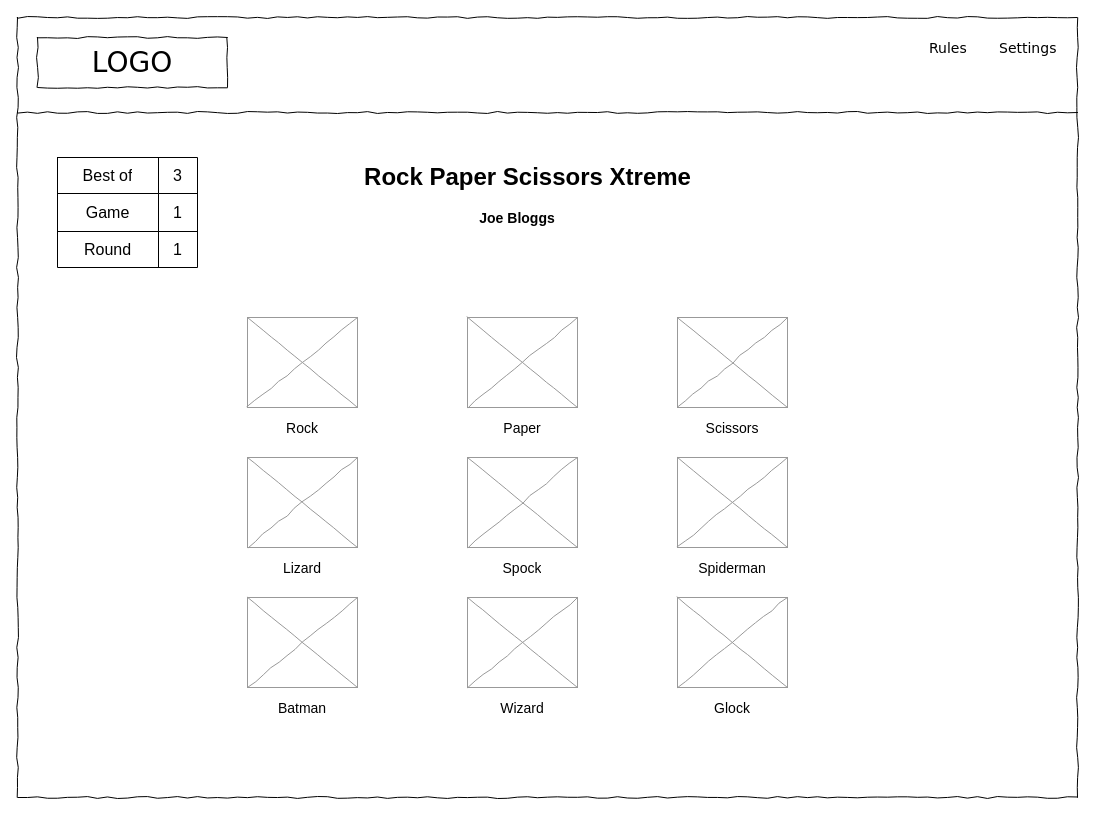
This is page "game-play-xtreme-large" (5 of 15) of design/rps-xtreme.drawio from ibuttimer/rock-paper-scissors-xtreme, a draw.io file, before an edit. Source tidied: cells renumbered, new cells numbered last; positions are measured from the earlier drawing's top-left corner, leaving out a move shared by most shapes. Both pictures are drawn from the tidied source at 100%, with x=0, y=0 at pixel (17, 17).
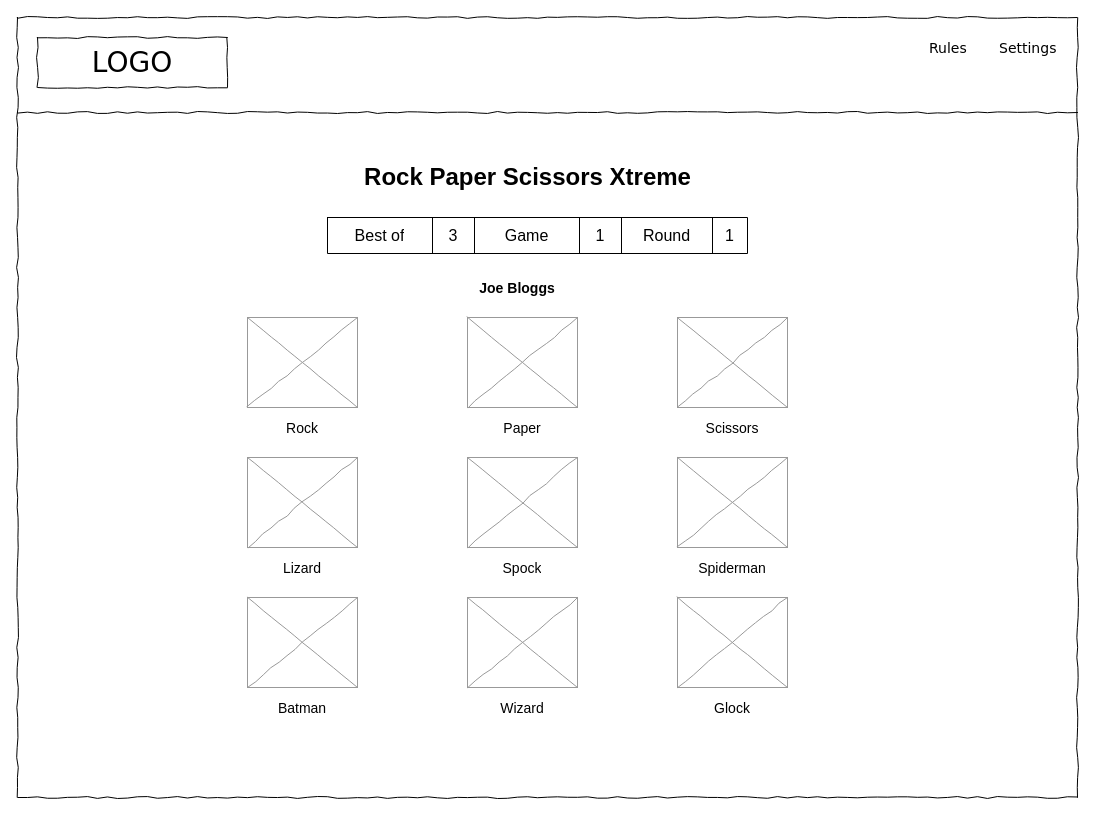
The same page after the edit.

What changed in the source:
```diff
@@
     <mxCell id="26" value="&lt;span style=&quot;font-size: 16px;&quot;&gt;&lt;b style=&quot;font-size: 14px;&quot;&gt;Joe Bloggs&lt;/b&gt;&lt;/span&gt;" style="text;html=1;strokeColor=none;fillColor=none;align=center;verticalAlign=middle;whiteSpace=wrap;overflow=hidden;" parent="1" vertex="1">
-      <mxGeometry x="420" y="180" width="160" height="40" as="geometry" />
+      <mxGeometry x="420" y="250" width="160" height="40" as="geometry" />
     </mxCell>
-    <mxCell id="27" style="shape=table;html=1;whiteSpace=wrap;startSize=0;childLayout=tableLayout;fontSize=16;" parent="1" vertex="1">
-      <mxGeometry x="40" y="140" width="140" height="110" as="geometry" />
-    </mxCell>
-    <mxCell id="28" style="shape=tableRow;horizontal=0;startSize=0;swimlaneHead=0;swimlaneBody=0;top=0;left=0;bottom=0;right=0;fillColor=none;fontSize=16;" parent="27" vertex="1">
-      <mxGeometry width="140" height="36" as="geometry" />
-    </mxCell>
+    <mxCell id="37" style="shape=table;html=1;whiteSpace=wrap;startSize=0;childLayout=tableLayout;fontSize=16;" parent="1" vertex="1">
+      <mxGeometry x="310" y="200" width="420" height="36" as="geometry" />
+    </mxCell>
+    <mxCell id="38" style="shape=tableRow;horizontal=0;startSize=0;swimlaneHead=0;swimlaneBody=0;top=0;left=0;bottom=0;right=0;fillColor=none;fontSize=16;" parent="37" vertex="1">
+      <mxGeometry width="420" height="36" as="geometry" />
+    </mxCell>
-    <mxCell id="29" value="Best of" style="shape=partialRectangle;html=1;whiteSpace=wrap;fillColor=none;top=0;left=0;bottom=0;right=0;overflow=hidden;fontSize=16;" parent="28" vertex="1">
-      <mxGeometry width="101" height="36" as="geometry" />
+    <mxCell id="29" value="Best of" style="shape=partialRectangle;html=1;whiteSpace=wrap;fillColor=none;top=0;left=0;bottom=0;right=0;overflow=hidden;fontSize=16;" parent="38" vertex="1">
+      <mxGeometry width="105" height="36" as="geometry" />
     </mxCell>
-    <mxCell id="30" value="3" style="shape=partialRectangle;html=1;whiteSpace=wrap;fillColor=none;top=0;left=0;bottom=0;right=0;overflow=hidden;fontSize=16;" parent="28" vertex="1">
-      <mxGeometry x="101" width="39" height="36" as="geometry" />
+    <mxCell id="30" value="3" style="shape=partialRectangle;html=1;whiteSpace=wrap;fillColor=none;top=0;left=0;bottom=0;right=0;overflow=hidden;fontSize=16;" parent="38" vertex="1">
+      <mxGeometry x="105" width="42" height="36" as="geometry" />
     </mxCell>
-    <mxCell id="31" style="shape=tableRow;horizontal=0;startSize=0;swimlaneHead=0;swimlaneBody=0;top=0;left=0;bottom=0;right=0;fillColor=none;fontSize=16;" parent="27" vertex="1">
-      <mxGeometry y="36" width="140" height="38" as="geometry" />
-    </mxCell>
-    <mxCell id="32" value="Game" style="shape=partialRectangle;html=1;whiteSpace=wrap;fillColor=none;top=0;left=0;bottom=0;right=0;overflow=hidden;fontSize=16;" parent="31" vertex="1">
-      <mxGeometry width="101" height="38" as="geometry" />
+    <mxCell id="32" value="Game" style="shape=partialRectangle;html=1;whiteSpace=wrap;fillColor=none;top=0;left=0;bottom=0;right=0;overflow=hidden;fontSize=16;" parent="38" vertex="1">
+      <mxGeometry x="147" width="105" height="36" as="geometry" />
     </mxCell>
-    <mxCell id="33" value="1" style="shape=partialRectangle;html=1;whiteSpace=wrap;fillColor=none;top=0;left=0;bottom=0;right=0;overflow=hidden;fontSize=16;" parent="31" vertex="1">
-      <mxGeometry x="101" width="39" height="38" as="geometry" />
-    </mxCell>
-    <mxCell id="34" style="shape=tableRow;horizontal=0;startSize=0;swimlaneHead=0;swimlaneBody=0;top=0;left=0;bottom=0;right=0;fillColor=none;fontSize=16;" parent="27" vertex="1">
-      <mxGeometry y="74" width="140" height="36" as="geometry" />
-    </mxCell>
+    <mxCell id="39" value="1" style="shape=partialRectangle;html=1;whiteSpace=wrap;fillColor=none;top=0;left=0;bottom=0;right=0;overflow=hidden;fontSize=16;" parent="38" vertex="1">
+      <mxGeometry x="252" width="42" height="36" as="geometry" />
+    </mxCell>
-    <mxCell id="35" value="Round" style="shape=partialRectangle;html=1;whiteSpace=wrap;fillColor=none;top=0;left=0;bottom=0;right=0;overflow=hidden;fontSize=16;" parent="34" vertex="1">
-      <mxGeometry width="101" height="36" as="geometry" />
+    <mxCell id="35" value="Round" style="shape=partialRectangle;html=1;whiteSpace=wrap;fillColor=none;top=0;left=0;bottom=0;right=0;overflow=hidden;fontSize=16;" parent="38" vertex="1">
+      <mxGeometry x="294" width="91" height="36" as="geometry" />
     </mxCell>
-    <mxCell id="36" value="1" style="shape=partialRectangle;html=1;whiteSpace=wrap;fillColor=none;top=0;left=0;bottom=0;right=0;overflow=hidden;fontSize=16;" parent="34" vertex="1">
-      <mxGeometry x="101" width="39" height="36" as="geometry" />
-    </mxCell>
+    <mxCell id="40" value="1" style="shape=partialRectangle;html=1;whiteSpace=wrap;fillColor=none;top=0;left=0;bottom=0;right=0;overflow=hidden;fontSize=16;" parent="38" vertex="1">
+      <mxGeometry x="385" width="35" height="36" as="geometry" />
+    </mxCell>
```
